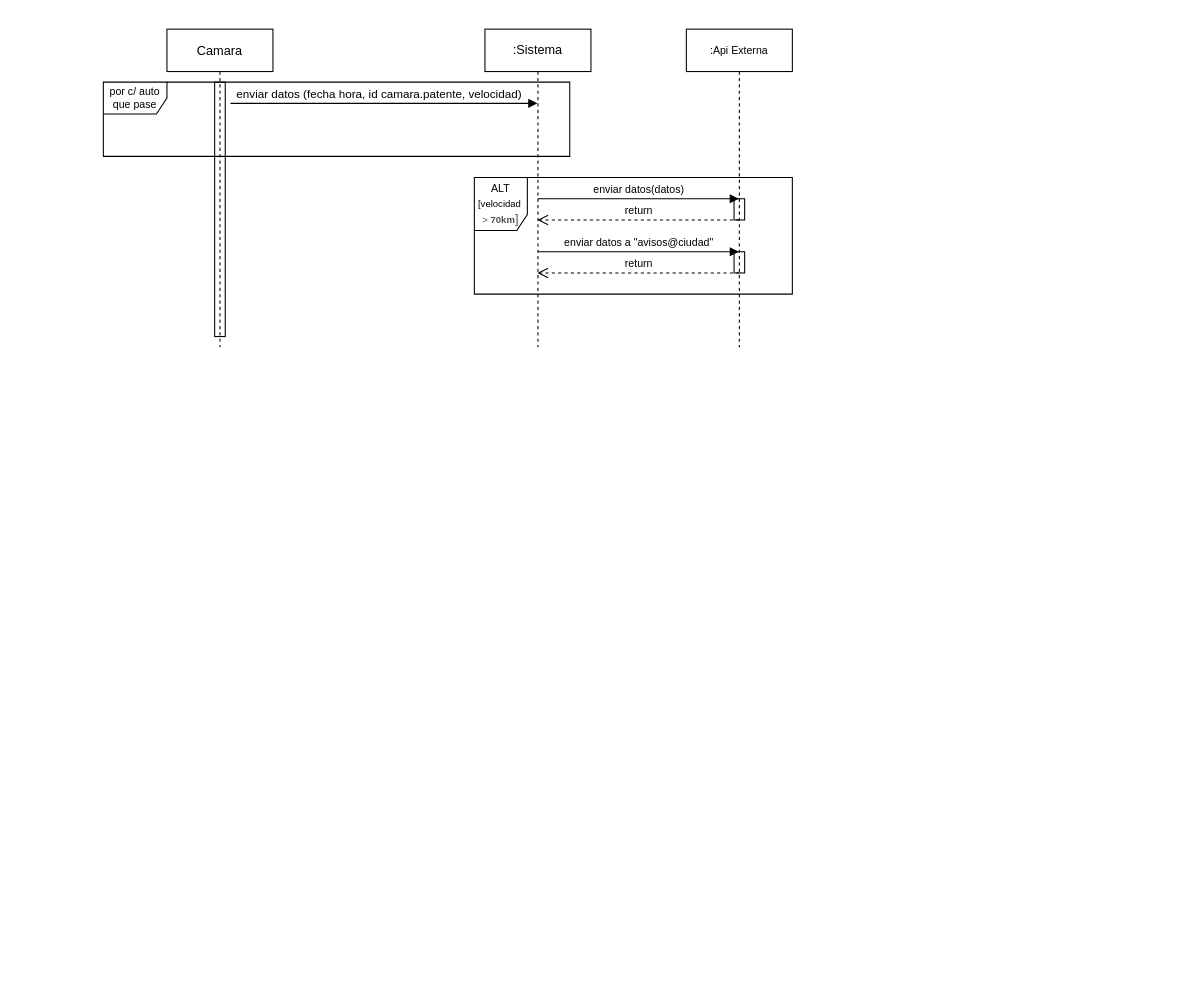
Before: Diagrama sin título.drawio in Ian2002-ins/izo-isw1-tpds, a draw.io diagram. Source tidied: cells renumbered, new cells numbered last; positions are measured from the earlier drawing's top-left corner, leaving out a move shared by most shapes. Both pictures are drawn from the tidied source at 106%, with x=0, y=0 at pixel (103, 29).
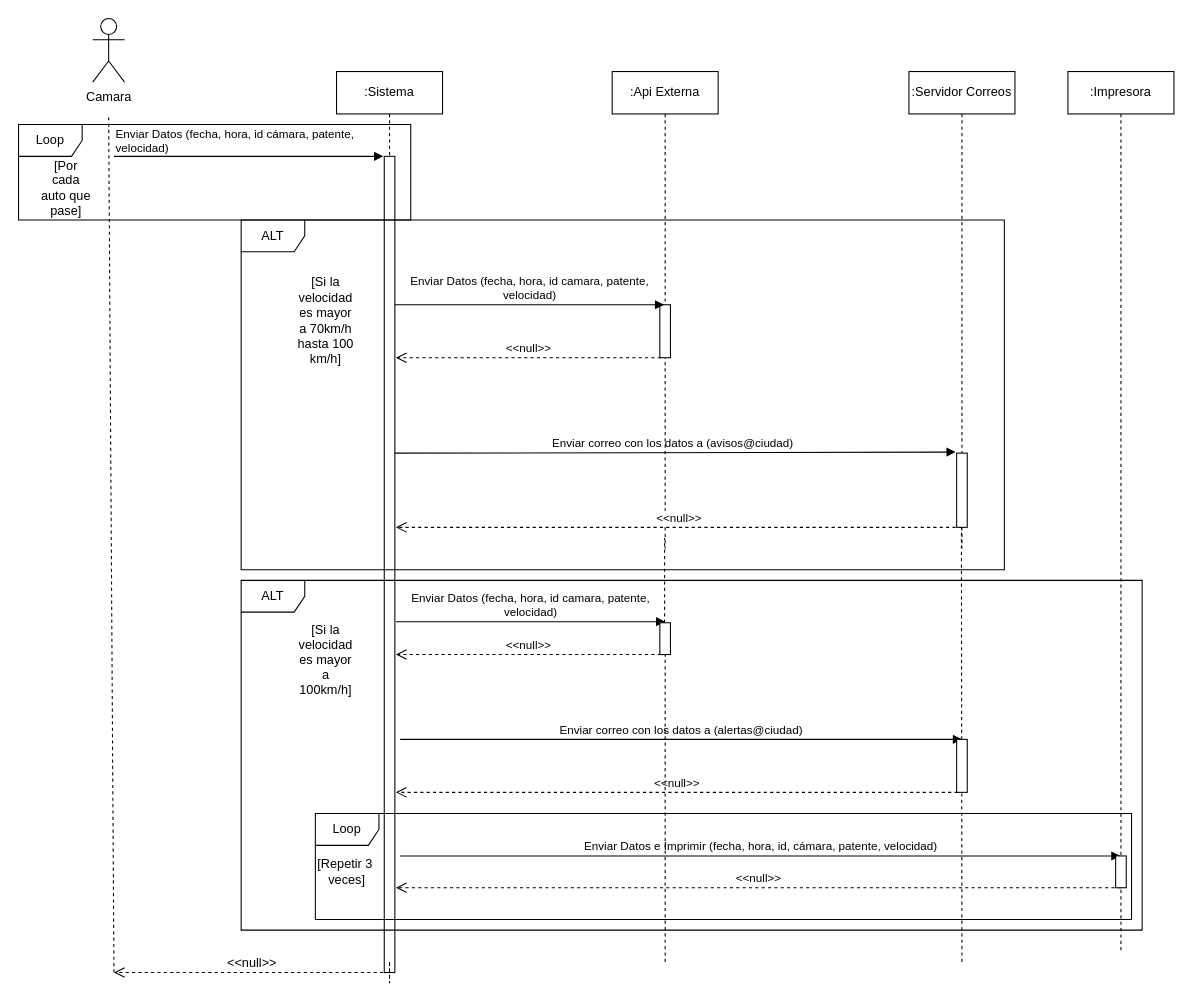
Above is the later version.

What changed in the source:
```diff
@@
-    <mxCell id="2" value="Camara" style="shape=umlLifeline;perimeter=lifelinePerimeter;rounded=0;shadow=0;strokeWidth=1;" parent="1" vertex="1">
-      <mxGeometry x="60" width="100" height="300" as="geometry" />
+    <mxCell id="2" value="Camara" style="shape=umlActor;verticalLabelPosition=bottom;verticalAlign=top;html=1;" parent="1" vertex="1">
+      <mxGeometry x="-10" y="-10" width="30" height="60" as="geometry" />
     </mxCell>
-    <mxCell id="3" style="html=1;perimeter=orthogonalPerimeter;strokeColor=default;fillColor=none;" parent="2" vertex="1">
-      <mxGeometry x="45" y="50" width="10" height="240" as="geometry" />
-    </mxCell>
-    <mxCell id="4" value="enviar datos (fecha hora, id camara.patente, velocidad)" style="html=1;verticalAlign=bottom;endArrow=block;rounded=0;" parent="2" edge="1" target="5">
-      <mxGeometry x="-0.03" relative="1" as="geometry">
-        <mxPoint x="60" y="70" as="sourcePoint" />
-      </mxGeometry>
-    </mxCell>
+    <mxCell id="15" style="endArrow=none;dashed=1;html=1;rounded=0;" parent="1" edge="1">
+      <mxGeometry relative="1" as="geometry">
+        <mxPoint x="10" y="890" as="sourcePoint" />
+        <mxPoint x="5" y="80" as="targetPoint" />
+      </mxGeometry>
+    </mxCell>
-    <mxCell id="5" value=":Sistema&lt;br&gt;" style="shape=umlLifeline;perimeter=lifelinePerimeter;whiteSpace=wrap;html=1;outlineConnect=0;strokeColor=default;fillColor=none;" parent="1" vertex="1">
-      <mxGeometry x="360" width="100" height="300" as="geometry" />
+    <mxCell id="5" value=":Sistema&lt;br&gt;" style="shape=umlLifeline;perimeter=lifelinePerimeter;whiteSpace=wrap;html=1;outlineConnect=0;" parent="1" vertex="1">
+      <mxGeometry x="220" y="40" width="100" height="850" as="geometry" />
     </mxCell>
-    <mxCell id="6" value="enviar datos(datos)" style="html=1;verticalAlign=bottom;endArrow=block;rounded=0;fontSize=10;" parent="5" edge="1" target="9">
-      <mxGeometry relative="1" as="geometry">
-        <mxPoint x="50" y="160" as="sourcePoint" />
-      </mxGeometry>
-    </mxCell>
-    <mxCell id="7" value="enviar datos a &quot;avisos@ciudad&quot;" style="html=1;verticalAlign=bottom;endArrow=block;rounded=0;fontSize=10;" parent="5" edge="1" target="9">
-      <mxGeometry relative="1" as="geometry">
-        <mxPoint x="50" y="210" as="sourcePoint" />
-      </mxGeometry>
-    </mxCell>
-    <mxCell id="8" value="por c/ auto que pase" style="shape=umlFrame;whiteSpace=wrap;html=1;strokeColor=default;fontSize=10;fillColor=none;" parent="1" vertex="1">
-      <mxGeometry y="50" width="440" height="70" as="geometry" />
-    </mxCell>
+    <mxCell id="16" value="Enviar correo con los datos a (avisos@ciudad)" style="html=1;verticalAlign=bottom;endArrow=block;rounded=0;entryX=-0.1;entryY=-0.014;entryDx=0;entryDy=0;entryPerimeter=0;" parent="5" edge="1" target="25">
+      <mxGeometry relative="1" as="geometry">
+        <mxPoint x="50" y="360" as="sourcePoint" />
+      </mxGeometry>
+    </mxCell>
+    <mxCell id="17" style="html=1;perimeter=orthogonalPerimeter;" parent="5" vertex="1">
+      <mxGeometry x="45" y="80" width="10" height="770" as="geometry" />
+    </mxCell>
+    <mxCell id="18" style="endArrow=block;endFill=1;html=1;edgeStyle=orthogonalEdgeStyle;align=left;verticalAlign=top;rounded=0;" parent="1" edge="1">
+      <mxGeometry x="-1" relative="1" as="geometry">
+        <mxPoint x="10" y="120" as="sourcePoint" />
+        <mxPoint x="264" y="120" as="targetPoint" />
+      </mxGeometry>
+    </mxCell>
+    <mxCell id="19" value="Enviar Datos (fecha, hora, id cámara, patente,&lt;br&gt;velocidad)" style="edgeLabel;html=1;align=left;verticalAlign=bottom;" parent="18" vertex="1">
+      <mxGeometry x="-1" relative="1" as="geometry" />
+    </mxCell>
-    <mxCell id="9" value=":Api Externa" style="shape=umlLifeline;perimeter=lifelinePerimeter;whiteSpace=wrap;html=1;outlineConnect=0;strokeColor=default;fontSize=10;fillColor=none;" parent="1" vertex="1">
-      <mxGeometry x="550" width="100" height="300" as="geometry" />
+    <mxCell id="9" value=":Api Externa" style="shape=umlLifeline;perimeter=lifelinePerimeter;whiteSpace=wrap;html=1;outlineConnect=0;" parent="1" vertex="1">
+      <mxGeometry x="480" y="40" width="100" height="450" as="geometry" />
     </mxCell>
-    <mxCell id="10" value="return" style="html=1;verticalAlign=bottom;endArrow=open;dashed=1;endSize=8;rounded=0;fontSize=10;" parent="1" edge="1" target="5">
-      <mxGeometry relative="1" as="geometry">
-        <mxPoint x="600" y="180" as="sourcePoint" />
-      </mxGeometry>
-    </mxCell>
-    <mxCell id="11" value="return" style="html=1;verticalAlign=bottom;endArrow=open;dashed=1;endSize=8;rounded=0;fontSize=10;" parent="1" edge="1" target="5">
-      <mxGeometry relative="1" as="geometry">
-        <mxPoint x="600" y="230" as="sourcePoint" />
-      </mxGeometry>
-    </mxCell>
-    <mxCell id="12" value="ALT&lt;br&gt;&lt;div style=&quot;text-align: left; font-size: 9px;&quot;&gt;&lt;span style=&quot;background-color: initial;&quot;&gt;&lt;span style=&quot;font-size: 12px;&quot;&gt;&amp;nbsp;&lt;/span&gt;&lt;font style=&quot;font-size: 9px;&quot;&gt;[velocidad&amp;nbsp;&lt;/font&gt;&lt;/span&gt;&lt;font style=&quot;font-size: 9px;&quot; face=&quot;arial, sans-serif&quot; color=&quot;#4d5156&quot;&gt;&lt;span style=&quot;background-color: rgb(255, 255, 255);&quot;&gt;&amp;nbsp;&lt;/span&gt;&lt;/font&gt;&lt;/div&gt;&lt;span style=&quot;color: rgb(77, 81, 86); font-family: arial, sans-serif; text-align: left; background-color: rgb(255, 255, 255); font-size: 9px;&quot;&gt;&lt;font style=&quot;font-size: 9px;&quot;&gt;&lt;font style=&quot;font-size: 9px;&quot;&gt;&amp;gt; &lt;b style=&quot;&quot;&gt;70km&lt;/b&gt;&lt;/font&gt;&lt;span style=&quot;font-size: 12px;&quot;&gt;]&lt;/span&gt;&lt;/font&gt;&lt;/span&gt;" style="shape=umlFrame;whiteSpace=wrap;html=1;strokeColor=default;fontSize=10;fillColor=none;width=50;height=50;" parent="1" vertex="1">
-      <mxGeometry x="350" y="140" width="300" height="110" as="geometry" />
-    </mxCell>
-    <mxCell id="13" style="html=1;perimeter=orthogonalPerimeter;strokeColor=default;fontSize=9;fillColor=none;" parent="1" vertex="1">
-      <mxGeometry x="595" y="160" width="10" height="20" as="geometry" />
-    </mxCell>
-    <mxCell id="14" style="html=1;perimeter=orthogonalPerimeter;strokeColor=default;fontSize=9;fillColor=none;" parent="1" vertex="1">
-      <mxGeometry x="595" y="210" width="10" height="20" as="geometry" />
-    </mxCell>
+    <mxCell id="20" value="&amp;lt;&amp;lt;null&amp;gt;&amp;gt;" style="html=1;verticalAlign=bottom;endArrow=open;dashed=1;endSize=8;rounded=0;" parent="9" edge="1">
+      <mxGeometry relative="1" as="geometry">
+        <mxPoint x="46" y="270" as="sourcePoint" />
+        <mxPoint x="-204" y="270" as="targetPoint" />
+      </mxGeometry>
+    </mxCell>
+    <mxCell id="21" style="html=1;perimeter=orthogonalPerimeter;strokeColor=default;fontFamily=Helvetica;fontSize=12;fontColor=default;fillColor=default;" parent="9" vertex="1">
+      <mxGeometry x="45" y="220" width="10" height="50" as="geometry" />
+    </mxCell>
+    <mxCell id="22" value="Enviar Datos (fecha, hora, id camara, patente, &lt;br&gt;velocidad)" style="html=1;verticalAlign=bottom;endArrow=block;rounded=0;entryX=0.5;entryY=0.1;entryDx=0;entryDy=0;entryPerimeter=0;" parent="1" edge="1">
+      <mxGeometry relative="1" as="geometry">
+        <mxPoint x="275" y="260" as="sourcePoint" />
+        <mxPoint x="529" y="260" as="targetPoint" />
+      </mxGeometry>
+    </mxCell>
+    <mxCell id="23" value=":Servidor Correos" style="shape=umlLifeline;perimeter=lifelinePerimeter;whiteSpace=wrap;html=1;" parent="1" vertex="1">
+      <mxGeometry x="760" y="40" width="100" height="450" as="geometry" />
+    </mxCell>
+    <mxCell id="24" value="&amp;lt;&amp;lt;null&amp;gt;&amp;gt;" style="html=1;verticalAlign=bottom;endArrow=open;dashed=1;endSize=8;rounded=0;" parent="23" edge="1">
+      <mxGeometry relative="1" as="geometry">
+        <mxPoint x="50" y="430" as="sourcePoint" />
+        <mxPoint x="-484" y="430" as="targetPoint" />
+      </mxGeometry>
+    </mxCell>
+    <mxCell id="25" style="html=1;points=[];perimeter=orthogonalPerimeter;strokeColor=default;fontFamily=Helvetica;fontSize=12;fontColor=default;fillColor=default;" parent="23" vertex="1">
+      <mxGeometry x="45" y="360" width="10" height="70" as="geometry" />
+    </mxCell>
+    <mxCell id="26" value="[Si la velocidad es mayor a 70km/h hasta 100 km/h]" style="text;html=1;strokeColor=none;fillColor=none;align=center;verticalAlign=middle;whiteSpace=wrap;rounded=0;" parent="1" vertex="1">
+      <mxGeometry x="180" y="260" width="60" height="30" as="geometry" />
+    </mxCell>
+    <mxCell id="27" value="[Por cada auto que pase]" style="text;html=1;strokeColor=none;fillColor=none;align=center;verticalAlign=middle;whiteSpace=wrap;rounded=0;" parent="1" vertex="1">
+      <mxGeometry x="-60" y="140" width="50" height="20" as="geometry" />
+    </mxCell>
+    <mxCell id="28" value=":Impresora" style="shape=umlLifeline;perimeter=lifelinePerimeter;whiteSpace=wrap;html=1;outlineConnect=0;" parent="1" vertex="1">
+      <mxGeometry x="910" y="40" width="100" height="830" as="geometry" />
+    </mxCell>
+    <mxCell id="29" value="&amp;lt;&amp;lt;null&amp;gt;&amp;gt;" style="html=1;verticalAlign=bottom;endArrow=open;dashed=1;endSize=8;rounded=0;exitX=0.5;exitY=1;exitDx=0;exitDy=0;exitPerimeter=0;" parent="28" edge="1" source="39">
+      <mxGeometry relative="1" as="geometry">
+        <mxPoint x="-634" y="770" as="targetPoint" />
+      </mxGeometry>
+    </mxCell>
+    <mxCell id="30" style="endArrow=none;dashed=1;html=1;rounded=0;startArrow=none;" parent="1" edge="1" source="40">
+      <mxGeometry relative="1" as="geometry">
+        <mxPoint x="529.5" y="480" as="targetPoint" />
+      </mxGeometry>
+    </mxCell>
+    <mxCell id="31" style="endArrow=none;dashed=1;html=1;rounded=0;" parent="1" edge="1">
+      <mxGeometry relative="1" as="geometry">
+        <mxPoint x="810" y="880" as="sourcePoint" />
+        <mxPoint x="809.5" y="470" as="targetPoint" />
+      </mxGeometry>
+    </mxCell>
+    <mxCell id="32" value="Enviar Datos (fecha, hora, id camara, patente, &lt;br&gt;velocidad)" style="html=1;verticalAlign=bottom;endArrow=block;rounded=0;" parent="1" edge="1">
+      <mxGeometry relative="1" as="geometry">
+        <mxPoint x="276" y="559" as="sourcePoint" />
+        <mxPoint x="530" y="559" as="targetPoint" />
+      </mxGeometry>
+    </mxCell>
+    <mxCell id="33" value="&amp;lt;&amp;lt;null&amp;gt;&amp;gt;" style="html=1;verticalAlign=bottom;endArrow=open;dashed=1;endSize=8;rounded=0;" parent="1" edge="1">
+      <mxGeometry relative="1" as="geometry">
+        <mxPoint x="526" y="590" as="sourcePoint" />
+        <mxPoint x="276" y="590" as="targetPoint" />
+      </mxGeometry>
+    </mxCell>
+    <mxCell id="34" value="Enviar correo con los datos a (alertas@ciudad)" style="html=1;verticalAlign=bottom;endArrow=block;rounded=0;" parent="1" edge="1">
+      <mxGeometry relative="1" as="geometry">
+        <mxPoint x="280" y="670" as="sourcePoint" />
+        <mxPoint x="810" y="670" as="targetPoint" />
+      </mxGeometry>
+    </mxCell>
+    <mxCell id="35" value="&amp;lt;&amp;lt;null&amp;gt;&amp;gt;" style="html=1;verticalAlign=bottom;endArrow=open;dashed=1;endSize=8;rounded=0;" parent="1" edge="1">
+      <mxGeometry relative="1" as="geometry">
+        <mxPoint x="806" y="720" as="sourcePoint" />
+        <mxPoint x="276" y="720" as="targetPoint" />
+      </mxGeometry>
+    </mxCell>
+    <mxCell id="36" value="Enviar Datos e Imprimir (fecha, hora, id, cámara, patente, velocidad)" style="html=1;verticalAlign=bottom;endArrow=block;rounded=0;" parent="1" edge="1" target="28">
+      <mxGeometry relative="1" as="geometry">
+        <mxPoint x="280" y="780" as="sourcePoint" />
+      </mxGeometry>
+    </mxCell>
+    <mxCell id="37" value="[Si la velocidad es mayor a 100km/h]" style="text;html=1;strokeColor=none;fillColor=none;align=center;verticalAlign=middle;whiteSpace=wrap;rounded=0;" parent="1" vertex="1">
+      <mxGeometry x="180" y="580" width="60" height="30" as="geometry" />
+    </mxCell>
+    <mxCell id="38" style="html=1;perimeter=orthogonalPerimeter;" parent="1" vertex="1">
+      <mxGeometry x="805" y="670" width="10" height="50" as="geometry" />
+    </mxCell>
+    <mxCell id="39" style="html=1;points=[];perimeter=orthogonalPerimeter;" parent="1" vertex="1">
+      <mxGeometry x="955" y="780" width="10" height="30" as="geometry" />
+    </mxCell>
+    <mxCell id="40" style="html=1;points=[];perimeter=orthogonalPerimeter;strokeColor=default;fontFamily=Helvetica;fontSize=12;fontColor=default;fillColor=default;" parent="1" vertex="1">
+      <mxGeometry x="525" y="560" width="10" height="30" as="geometry" />
+    </mxCell>
+    <mxCell id="41" style="endArrow=none;dashed=1;html=1;rounded=0;" parent="1" edge="1" target="40">
+      <mxGeometry relative="1" as="geometry">
+        <mxPoint x="530" y="880" as="sourcePoint" />
+      </mxGeometry>
+    </mxCell>
+    <mxCell id="42" style="endArrow=none;dashed=1;html=1;rounded=0;fontFamily=Helvetica;fontSize=12;fontColor=default;" parent="1" edge="1">
+      <mxGeometry relative="1" as="geometry">
+        <mxPoint x="270" y="880" as="sourcePoint" />
+        <mxPoint x="270" y="880" as="targetPoint" />
+        <Array as="points">
+          <mxPoint x="270" y="900" />
+        </Array>
+      </mxGeometry>
+    </mxCell>
+    <mxCell id="43" value="&amp;lt;&amp;lt;null&amp;gt;&amp;gt;" style="html=1;verticalAlign=bottom;endArrow=open;dashed=1;endSize=8;rounded=0;fontFamily=Helvetica;fontSize=12;fontColor=default;" parent="1" edge="1">
+      <mxGeometry relative="1" as="geometry">
+        <mxPoint x="270" y="890" as="sourcePoint" />
+        <mxPoint x="10" y="890" as="targetPoint" />
+      </mxGeometry>
+    </mxCell>
+    <mxCell id="44" value="ALT" style="shape=umlFrame;whiteSpace=wrap;html=1;strokeColor=default;fontFamily=Helvetica;fontSize=12;fontColor=default;fillColor=default;" parent="1" vertex="1">
+      <mxGeometry x="130" y="180" width="720" height="330" as="geometry" />
+    </mxCell>
+    <mxCell id="45" value="ALT" style="shape=umlFrame;whiteSpace=wrap;html=1;strokeColor=default;fontFamily=Helvetica;fontSize=12;fontColor=default;fillColor=default;" parent="1" vertex="1">
+      <mxGeometry x="130" y="520" width="850" height="330" as="geometry" />
+    </mxCell>
+    <mxCell id="46" value="Loop" style="shape=umlFrame;whiteSpace=wrap;html=1;strokeColor=default;fontFamily=Helvetica;fontSize=12;fontColor=default;fillColor=default;" parent="1" vertex="1">
+      <mxGeometry x="200" y="740" width="770" height="100" as="geometry" />
+    </mxCell>
+    <mxCell id="47" value="[Repetir 3&amp;nbsp;&lt;br&gt;veces]" style="text;html=1;strokeColor=none;fillColor=none;align=center;verticalAlign=middle;whiteSpace=wrap;rounded=0;fontFamily=Helvetica;fontSize=12;fontColor=default;" parent="1" vertex="1">
+      <mxGeometry x="200" y="780" width="60" height="30" as="geometry" />
+    </mxCell>
+    <mxCell id="48" value="Loop" style="shape=umlFrame;whiteSpace=wrap;html=1;strokeColor=default;fontFamily=Helvetica;fontSize=12;fontColor=default;fillColor=default;" parent="1" vertex="1">
+      <mxGeometry x="-80" y="90" width="370" height="90" as="geometry" />
+    </mxCell>
```
